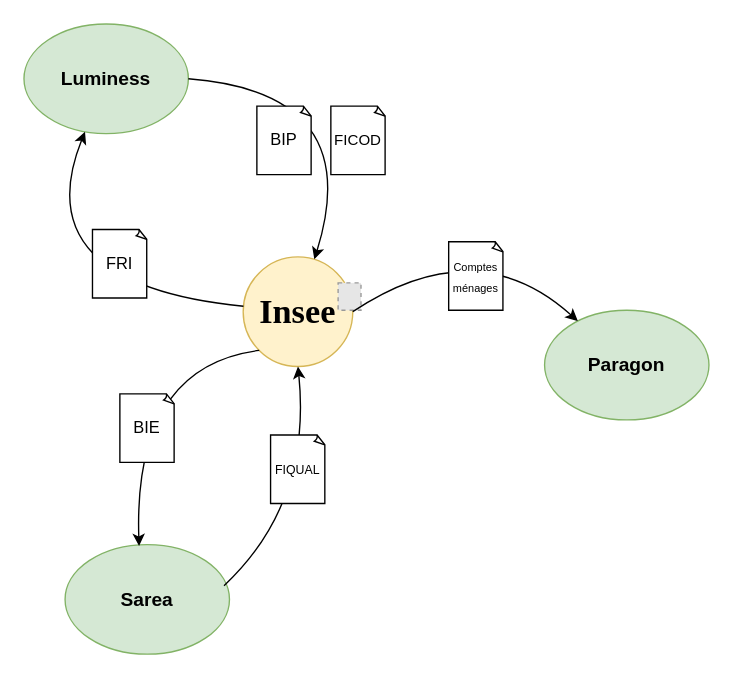
Above: echanges-rp.drawio in renaud23/drawio (draw.io), before the change. Source tidied: cells renumbered, new cells numbered last; positions are measured from the earlier drawing's top-left corner, leaving out a move shared by most shapes. Both pictures are drawn from the tidied source at 137%, with x=0, y=0 at pixel (23, 23). Pictures stored in the file or linked from it are replaced by grey dashed boxes.
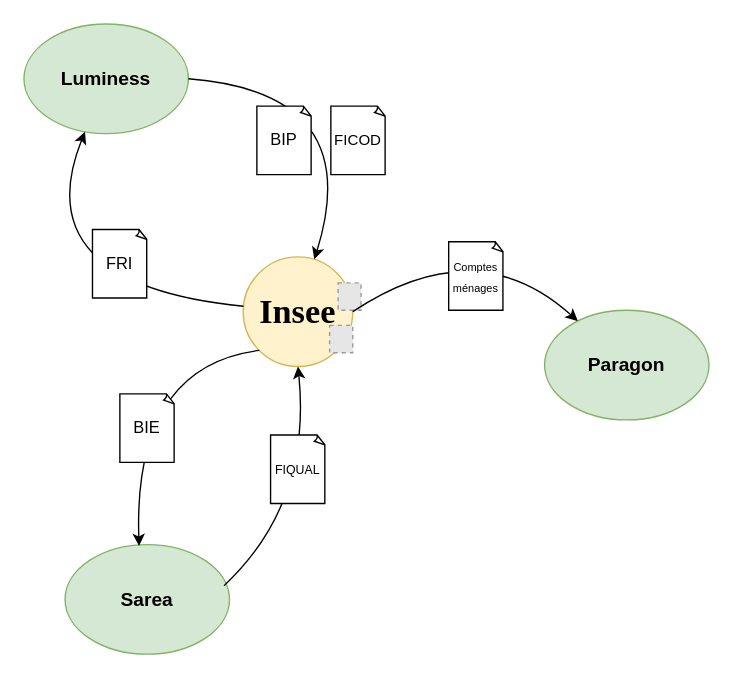
Above is the later version.

Commit message:
Mettre à jour echanges-rp.drawio

The edit, as a diff of the source:
```diff
@@
+    <mxCell id="18" style="fillColor=#E6E6E6;strokeColor=#999999;dashed=1;verticalLabelPosition=bottom;labelBackgroundColor=default;verticalAlign=top;" parent="1" vertex="1">
+      <mxGeometry x="223.1" y="220" width="16.9" height="20" as="geometry" />
+    </mxCell>
```
